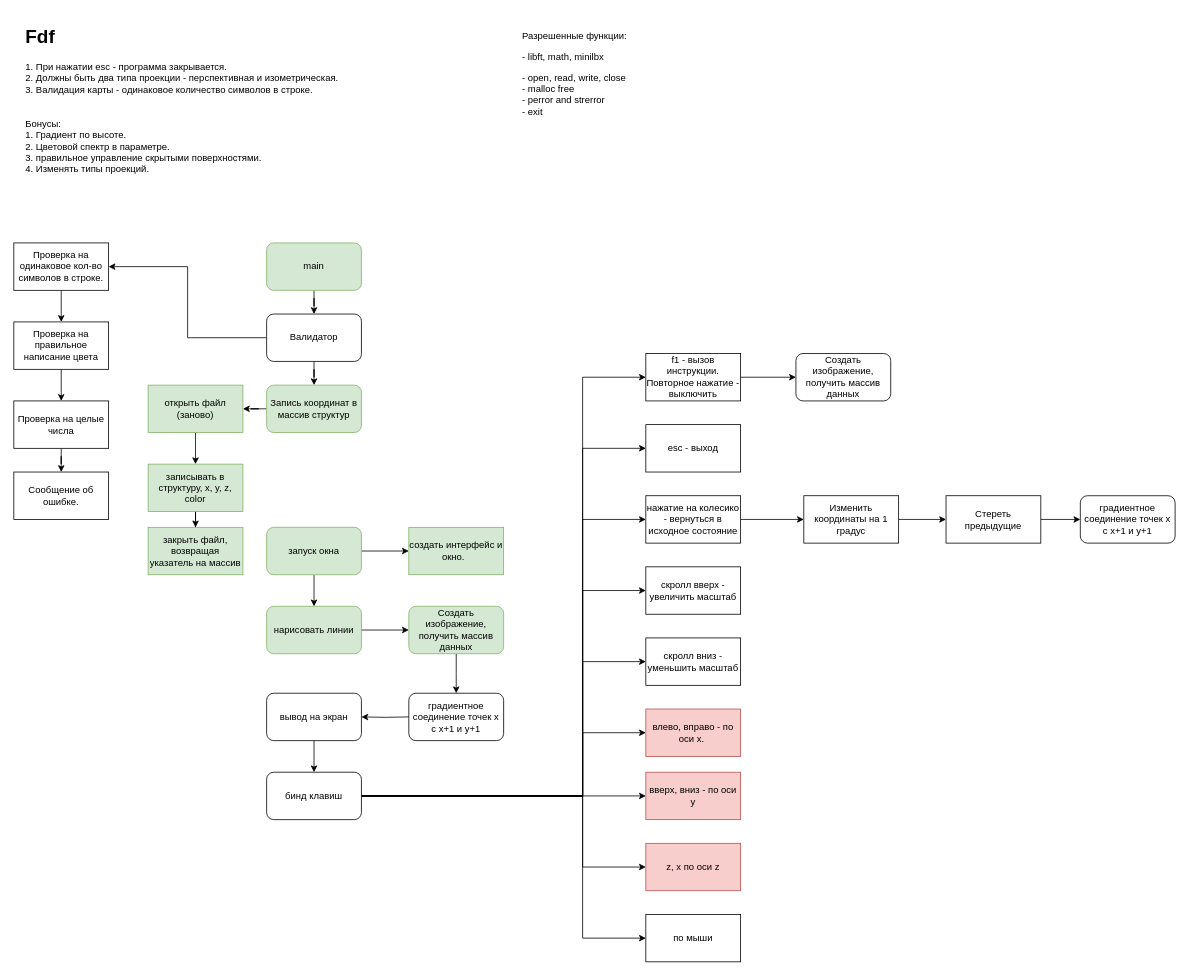
Above: map.drawio in Yaroslew/Fdf (draw.io), before the change. Source tidied: cells renumbered, new cells numbered last; positions are measured from the earlier drawing's top-left corner, leaving out a move shared by most shapes. Both pictures are drawn from the tidied source at 79%, with x=0, y=0 at pixel (13, 13).
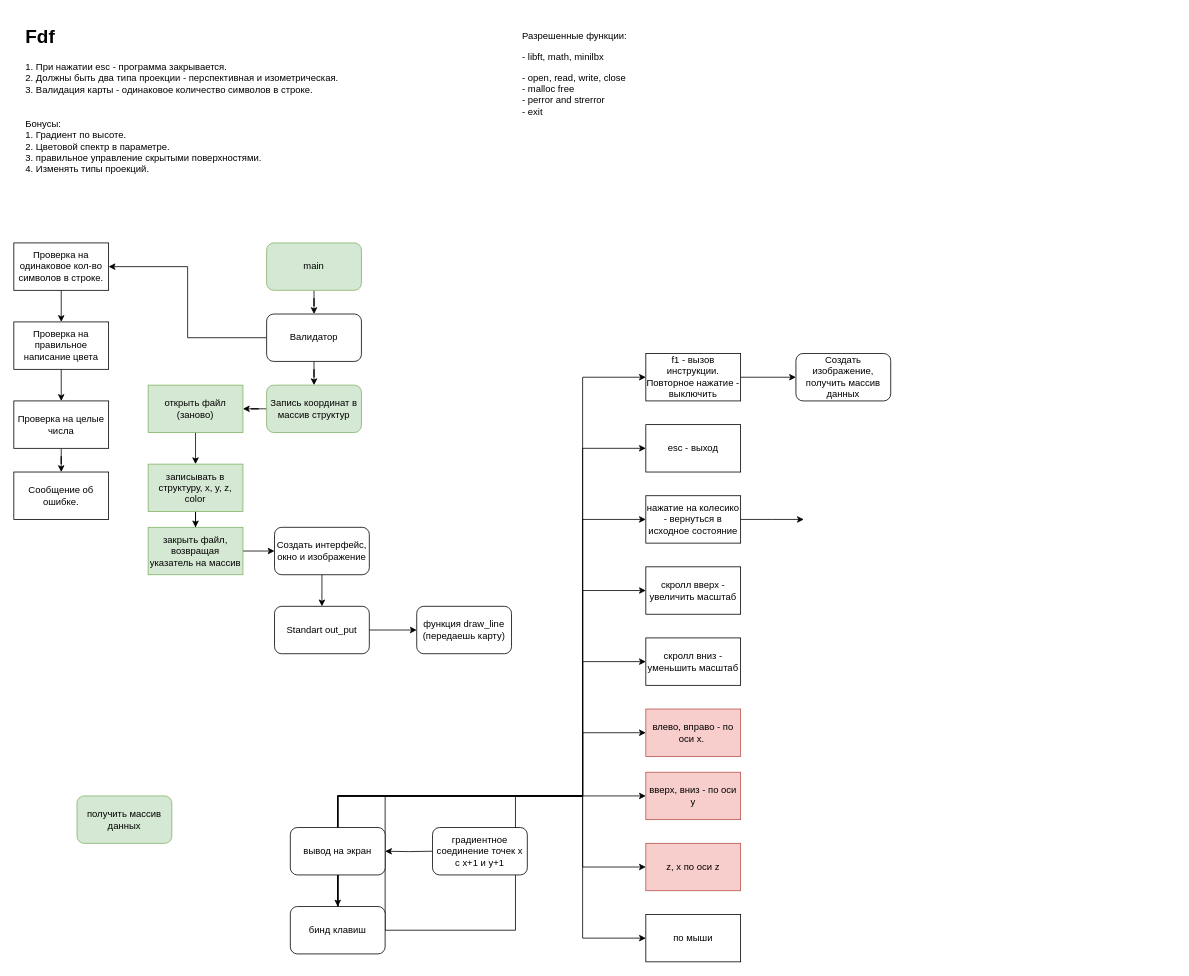
The same diagram, later.

Unchanged cells that the change refers to:
```xml
<mxCell id="27" value="нажатие на колесико - вернуться в исходное состояние" style="rounded=0;whiteSpace=wrap;html=1;" parent="1" vertex="1">
  <mxGeometry x="800" y="610" width="120" height="60" as="geometry" />
</mxCell>
<mxCell id="45" value="закрыть файл, возвращая указатель на массив" style="rounded=0;whiteSpace=wrap;html=1;fillColor=#d5e8d4;strokeColor=#82b366;" parent="1" vertex="1">
  <mxGeometry x="170" y="650" width="120" height="60" as="geometry" />
</mxCell>
```

What changed in the source:
```diff
@@
     <mxCell id="24" value="бинд клавиш" style="rounded=1;whiteSpace=wrap;html=1;" parent="1" vertex="1">
-      <mxGeometry x="320" y="960" width="120" height="60" as="geometry" />
+      <mxGeometry x="350" y="1130" width="120" height="60" as="geometry" />
     </mxCell>
@@
-    <mxCell id="26" style="edgeStyle=orthogonalEdgeStyle;rounded=0;jettySize=auto;html=1;entryX=0;entryY=0.5;entryDx=0;entryDy=0;" parent="1" edge="1" source="27" target="57">
-      <mxGeometry relative="1" as="geometry" />
+    <mxCell id="26" style="edgeStyle=orthogonalEdgeStyle;rounded=0;jettySize=auto;html=1;entryX=0;entryY=0.5;entryDx=0;entryDy=0;" parent="1" edge="1" source="27">
+      <mxGeometry relative="1" as="geometry">
+        <mxPoint x="1000" y="640" as="targetPoint" />
+      </mxGeometry>
     </mxCell>
@@
-    <mxCell id="35" style="edgeStyle=orthogonalEdgeStyle;rounded=0;jettySize=auto;html=1;entryX=0;entryY=0.5;entryDx=0;entryDy=0;" parent="1" edge="1" source="37" target="38">
-      <mxGeometry relative="1" as="geometry" />
-    </mxCell>
-    <mxCell id="36" style="edgeStyle=orthogonalEdgeStyle;rounded=0;jettySize=auto;html=1;entryX=0.5;entryY=0;entryDx=0;entryDy=0;" parent="1" edge="1" source="37" target="48">
-      <mxGeometry relative="1" as="geometry" />
-    </mxCell>
-    <mxCell id="37" value="запуск окна" style="rounded=1;whiteSpace=wrap;html=1;fillColor=#d5e8d4;strokeColor=#82b366;" parent="1" vertex="1">
-      <mxGeometry x="320" y="650" width="120" height="60" as="geometry" />
-    </mxCell>
-    <mxCell id="38" value="создать интерфейс и окно.&amp;nbsp;&amp;nbsp;" style="rounded=0;whiteSpace=wrap;html=1;fillColor=#d5e8d4;strokeColor=#82b366;" parent="1" vertex="1">
-      <mxGeometry x="500" y="650" width="120" height="60" as="geometry" />
-    </mxCell>
@@
+    <mxCell id="62" style="edgeStyle=orthogonalEdgeStyle;rounded=0;jettySize=auto;html=1;entryX=0;entryY=0.5;entryDx=0;entryDy=0;" parent="1" edge="1" source="45" target="64">
+      <mxGeometry relative="1" as="geometry" />
+    </mxCell>
@@
-    <mxCell id="47" style="edgeStyle=orthogonalEdgeStyle;rounded=0;jettySize=auto;html=1;entryX=0;entryY=0.5;entryDx=0;entryDy=0;" parent="1" edge="1" source="48" target="51">
-      <mxGeometry relative="1" as="geometry" />
-    </mxCell>
-    <mxCell id="48" value="нарисовать линии" style="rounded=1;whiteSpace=wrap;html=1;fillColor=#d5e8d4;strokeColor=#82b366;" parent="1" vertex="1">
-      <mxGeometry x="320" y="750" width="120" height="60" as="geometry" />
+    <mxCell id="48" value="функция draw_line (передаешь карту)" style="rounded=1;whiteSpace=wrap;html=1;" parent="1" vertex="1">
+      <mxGeometry x="510" y="750" width="120" height="60" as="geometry" />
     </mxCell>
     <mxCell id="49" style="edgeStyle=orthogonalEdgeStyle;rounded=0;jettySize=auto;html=1;entryX=1;entryY=0.5;entryDx=0;entryDy=0;" parent="1" edge="1" target="53">
       <mxGeometry relative="1" as="geometry">
-        <mxPoint x="500" y="890" as="sourcePoint" />
+        <mxPoint x="530" y="1060" as="sourcePoint" />
       </mxGeometry>
     </mxCell>
-    <mxCell id="50" style="edgeStyle=orthogonalEdgeStyle;rounded=0;jettySize=auto;html=1;entryX=0.5;entryY=0;entryDx=0;entryDy=0;" parent="1" edge="1" source="51">
-      <mxGeometry relative="1" as="geometry">
-        <mxPoint x="560" y="860" as="targetPoint" />
-      </mxGeometry>
-    </mxCell>
-    <mxCell id="51" value="&lt;span&gt;Создать изображение, получить массив данных&lt;/span&gt;" style="rounded=1;whiteSpace=wrap;html=1;fillColor=#d5e8d4;strokeColor=#82b366;" parent="1" vertex="1">
-      <mxGeometry x="500" y="750" width="120" height="60" as="geometry" />
+    <mxCell id="51" value="&lt;span&gt;получить массив данных&lt;/span&gt;" style="rounded=1;whiteSpace=wrap;html=1;fillColor=#d5e8d4;strokeColor=#82b366;" parent="1" vertex="1">
+      <mxGeometry x="80" y="990" width="120" height="60" as="geometry" />
     </mxCell>
@@
     <mxCell id="53" value="вывод на экран" style="rounded=1;whiteSpace=wrap;html=1;" parent="1" vertex="1">
-      <mxGeometry x="320" y="860" width="120" height="60" as="geometry" />
+      <mxGeometry x="350" y="1030" width="120" height="60" as="geometry" />
     </mxCell>
@@
-    <mxCell id="56" style="edgeStyle=orthogonalEdgeStyle;rounded=0;jettySize=auto;html=1;entryX=0;entryY=0.5;entryDx=0;entryDy=0;" parent="1" edge="1" source="57" target="59">
-      <mxGeometry relative="1" as="geometry" />
-    </mxCell>
-    <mxCell id="57" value="&lt;span&gt;Изменить координаты на 1 градус&lt;/span&gt;" style="rounded=0;whiteSpace=wrap;html=1;" parent="1" vertex="1">
-      <mxGeometry x="1000" y="610" width="120" height="60" as="geometry" />
-    </mxCell>
-    <mxCell id="58" style="edgeStyle=orthogonalEdgeStyle;rounded=0;jettySize=auto;html=1;exitX=1;exitY=0.5;exitDx=0;exitDy=0;entryX=0;entryY=0.5;entryDx=0;entryDy=0;" parent="1" edge="1" source="59" target="61">
-      <mxGeometry relative="1" as="geometry" />
-    </mxCell>
-    <mxCell id="59" value="Стереть предыдущие" style="rounded=0;whiteSpace=wrap;html=1;" parent="1" vertex="1">
-      <mxGeometry x="1180" y="610" width="120" height="60" as="geometry" />
-    </mxCell>
     <mxCell id="60" value="&lt;span&gt;градиентное соединение точек x c x+1 и y+1&lt;/span&gt;" style="rounded=1;whiteSpace=wrap;html=1;" parent="1" vertex="1">
-      <mxGeometry x="500" y="860" width="120" height="60" as="geometry" />
+      <mxGeometry x="530" y="1030" width="120" height="60" as="geometry" />
     </mxCell>
-    <mxCell id="61" value="&lt;span&gt;градиентное соединение точек x c x+1 и y+1&lt;/span&gt;" style="rounded=1;whiteSpace=wrap;html=1;" parent="1" vertex="1">
-      <mxGeometry x="1350" y="610" width="120" height="60" as="geometry" />
-    </mxCell>
+    <mxCell id="63" style="edgeStyle=orthogonalEdgeStyle;rounded=0;jettySize=auto;html=1;entryX=0.5;entryY=0;entryDx=0;entryDy=0;" parent="1" edge="1" source="64" target="66">
+      <mxGeometry relative="1" as="geometry" />
+    </mxCell>
+    <mxCell id="64" value="Создать интерфейс, окно и изображение" style="rounded=1;whiteSpace=wrap;html=1;" parent="1" vertex="1">
+      <mxGeometry x="330" y="650" width="120" height="60" as="geometry" />
+    </mxCell>
+    <mxCell id="65" style="edgeStyle=orthogonalEdgeStyle;rounded=0;jettySize=auto;html=1;entryX=0;entryY=0.5;entryDx=0;entryDy=0;" parent="1" edge="1" source="66" target="48">
+      <mxGeometry relative="1" as="geometry" />
+    </mxCell>
+    <mxCell id="66" value="Standart out_put" style="rounded=1;whiteSpace=wrap;html=1;" parent="1" vertex="1">
+      <mxGeometry x="330" y="750" width="120" height="60" as="geometry" />
+    </mxCell>
```
